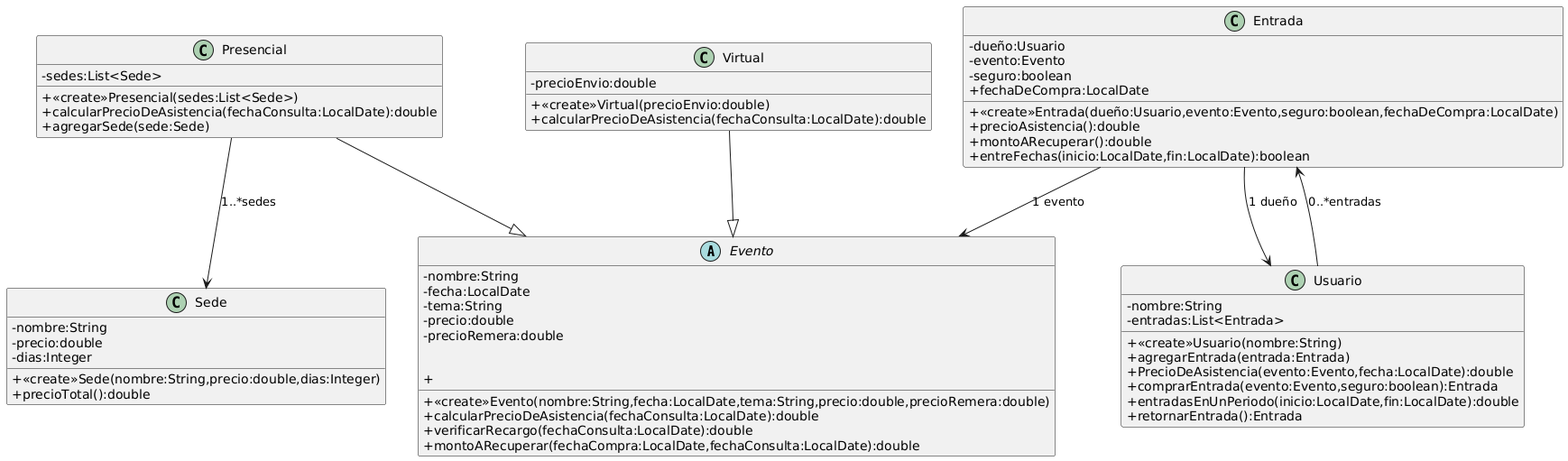
Above: parcial1-2024/uml.png in FranManu18/Practica-Orientacion-a-Objetos-1 (PlantUML), before the change. The source it was exported from:
```plantuml
@startuml
skinparam classAttributeIconSize 0

abstract Evento{
-nombre:String
-fecha:LocalDate
-tema:String
-precio:double
-precioRemera:double


+<<create>>Evento(nombre:String,fecha:LocalDate,tema:String,precio:double,precioRemera:double)
+calcularPrecioDeAsistencia(fechaConsulta:LocalDate):double
+verificarRecargo(fechaConsulta:LocalDate):double
+montoARecuperar(fechaCompra:LocalDate,fechaConsulta:LocalDate):double
+
}

class Presencial{
-sedes:List<Sede>

+<<create>>Presencial(sedes:List<Sede>)
+calcularPrecioDeAsistencia(fechaConsulta:LocalDate):double
+agregarSede(sede:Sede)
}

class Virtual{
-precioEnvio:double

+<<create>>Virtual(precioEnvio:double)
+calcularPrecioDeAsistencia(fechaConsulta:LocalDate):double
}

class Sede{
-nombre:String
-precio:double
-dias:Integer

+<<create>>Sede(nombre:String,precio:double,dias:Integer)
+precioTotal():double
}

class Usuario{
-nombre:String
-entradas:List<Entrada>

+<<create>>Usuario(nombre:String)
+agregarEntrada(entrada:Entrada)
+PrecioDeAsistencia(evento:Evento,fecha:LocalDate):double
+comprarEntrada(evento:Evento,seguro:boolean):Entrada
+entradasEnUnPeriodo(inicio:LocalDate,fin:LocalDate):double
+retornarEntrada():Entrada
}

class Entrada{
-dueño:Usuario
-evento:Evento
-seguro:boolean
+fechaDeCompra:LocalDate

+<<create>>Entrada(dueño:Usuario,evento:Evento,seguro:boolean,fechaDeCompra:LocalDate)
+precioAsistencia():double
+montoARecuperar():double
+entreFechas(inicio:LocalDate,fin:LocalDate):boolean
}

Presencial--|>Evento
Virtual--|>Evento

Presencial-->Sede:1..*sedes
Usuario-->Entrada:0..*entradas
Entrada-->Evento:1 evento
Entrada-->Usuario:1 dueño
@enduml
```
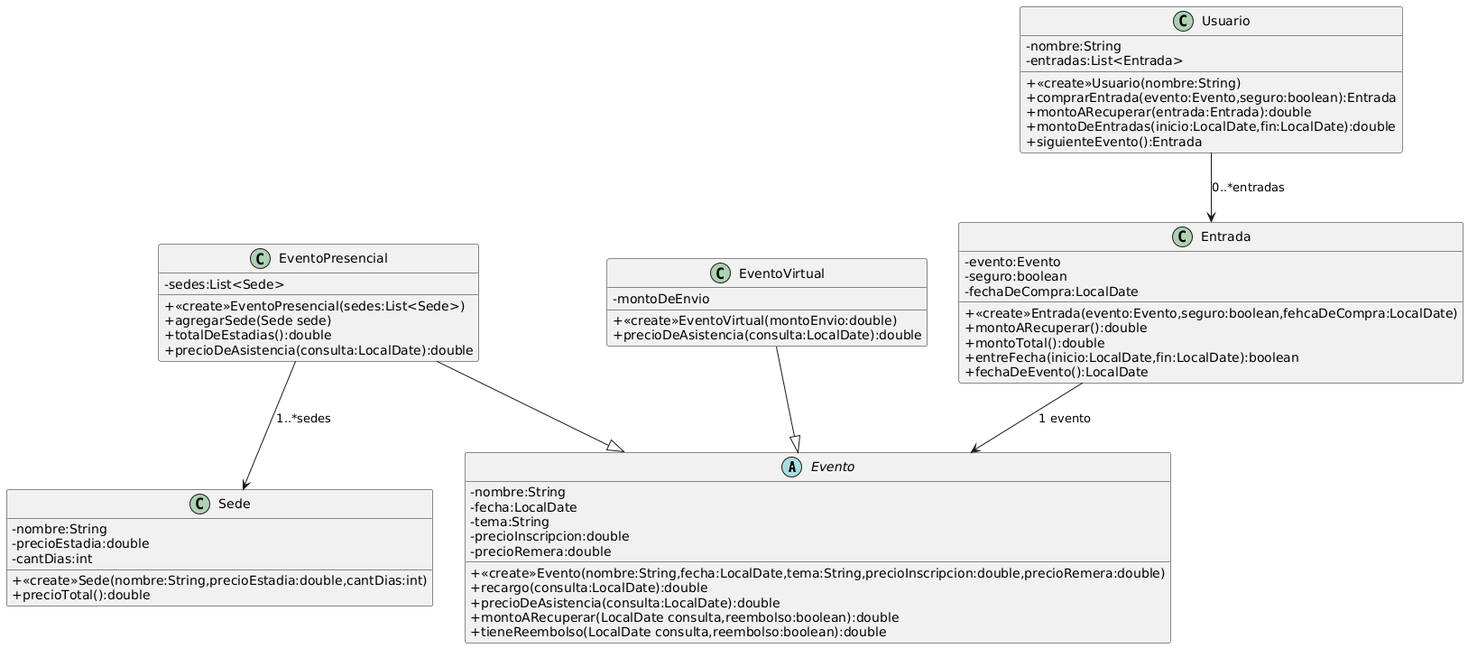
The same diagram one commit later.

Diff of the diagram source:
```diff
@@ -1,42 +1,41 @@
 @startuml
 skinparam classAttributeIconSize 0
-
 abstract Evento{
 -nombre:String
 -fecha:LocalDate
 -tema:String
--precio:double
+-precioInscripcion:double
 -precioRemera:double
 
-
-+<<create>>Evento(nombre:String,fecha:LocalDate,tema:String,precio:double,precioRemera:double)
-+calcularPrecioDeAsistencia(fechaConsulta:LocalDate):double
-+verificarRecargo(fechaConsulta:LocalDate):double
-+montoARecuperar(fechaCompra:LocalDate,fechaConsulta:LocalDate):double
-+
++<<create>>Evento(nombre:String,fecha:LocalDate,tema:String,precioInscripcion:double,precioRemera:double)
++recargo(consulta:LocalDate):double
++precioDeAsistencia(consulta:LocalDate):double
++montoARecuperar(LocalDate consulta,reembolso:boolean):double
++tieneReembolso(LocalDate consulta,reembolso:boolean):double
 }
 
-class Presencial{
+class EventoPresencial{
 -sedes:List<Sede>
 
-+<<create>>Presencial(sedes:List<Sede>)
-+calcularPrecioDeAsistencia(fechaConsulta:LocalDate):double
-+agregarSede(sede:Sede)
++<<create>>EventoPresencial(sedes:List<Sede>)
++agregarSede(Sede sede)
++totalDeEstadias():double
++precioDeAsistencia(consulta:LocalDate):double
 }
 
-class Virtual{
--precioEnvio:double
+class EventoVirtual{
+-montoDeEnvio
 
-+<<create>>Virtual(precioEnvio:double)
-+calcularPrecioDeAsistencia(fechaConsulta:LocalDate):double
++<<create>>EventoVirtual(montoEnvio:double)
++precioDeAsistencia(consulta:LocalDate):double
 }
 
 class Sede{
 -nombre:String
--precio:double
--dias:Integer
+-precioEstadia:double
+-cantDias:int
 
-+<<create>>Sede(nombre:String,precio:double,dias:Integer)
++<<create>>Sede(nombre:String,precioEstadia:double,cantDias:int)
 +precioTotal():double
 }
 
@@ -45,30 +44,28 @@
 -entradas:List<Entrada>
 
 +<<create>>Usuario(nombre:String)
-+agregarEntrada(entrada:Entrada)
-+PrecioDeAsistencia(evento:Evento,fecha:LocalDate):double
 +comprarEntrada(evento:Evento,seguro:boolean):Entrada
-+entradasEnUnPeriodo(inicio:LocalDate,fin:LocalDate):double
-+retornarEntrada():Entrada
++montoARecuperar(entrada:Entrada):double
++montoDeEntradas(inicio:LocalDate,fin:LocalDate):double
++siguienteEvento():Entrada
 }
 
 class Entrada{
--dueño:Usuario
 -evento:Evento
 -seguro:boolean
-+fechaDeCompra:LocalDate
+-fechaDeCompra:LocalDate
 
-+<<create>>Entrada(dueño:Usuario,evento:Evento,seguro:boolean,fechaDeCompra:LocalDate)
-+precioAsistencia():double
++<<create>>Entrada(evento:Evento,seguro:boolean,fehcaDeCompra:LocalDate)
 +montoARecuperar():double
-+entreFechas(inicio:LocalDate,fin:LocalDate):boolean
++montoTotal():double
++entreFecha(inicio:LocalDate,fin:LocalDate):boolean
++fechaDeEvento():LocalDate
 }
 
-Presencial--|>Evento
-Virtual--|>Evento
+EventoPresencial--|>Evento
+EventoVirtual--|>Evento
 
-Presencial-->Sede:1..*sedes
+EventoPresencial-->Sede:1..*sedes
 Usuario-->Entrada:0..*entradas
 Entrada-->Evento:1 evento
-Entrada-->Usuario:1 dueño
 @enduml
```
